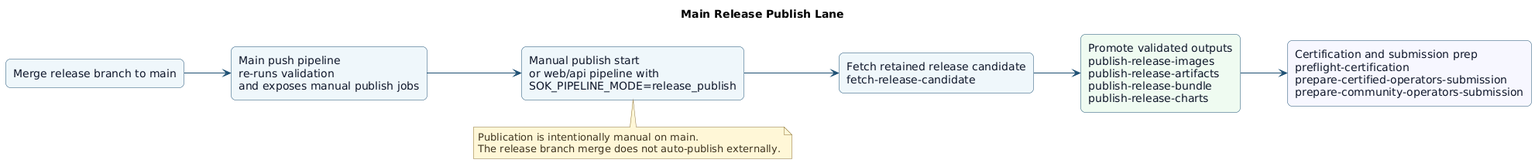
Above: gitlab-ci/diagrams/main-release-publish-lane.png in splunk/splunk-operator (PlantUML), before the change.
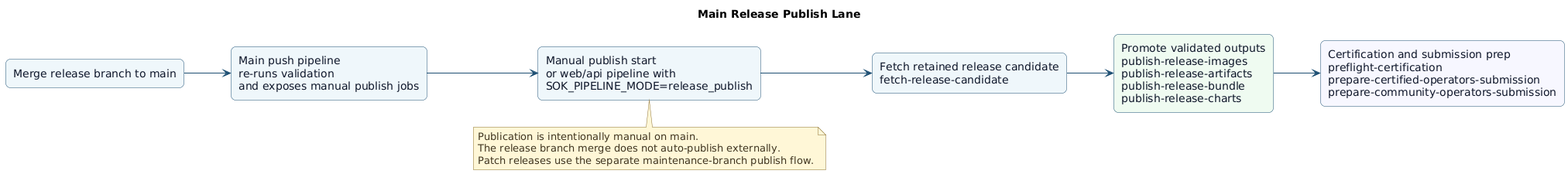
Later version of the same file.

Change to the diagram source:
```diff
@@ -33,5 +33,6 @@
 note bottom of trigger
 Publication is intentionally manual on main.
 The release branch merge does not auto-publish externally.
+Patch releases use the separate maintenance-branch publish flow.
 end note
 @enduml
```
